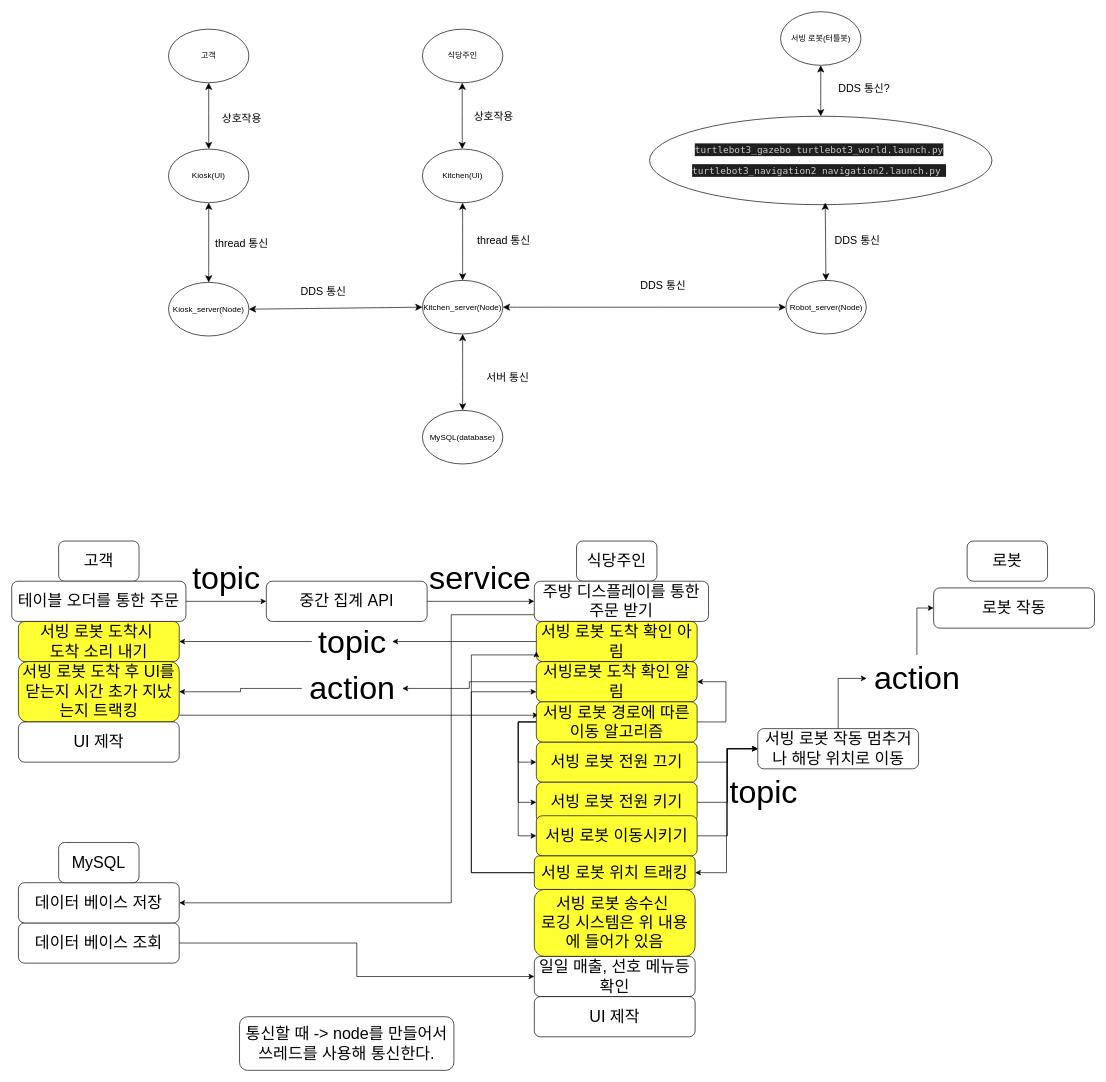
This is 코드리팩토링및코딩컨벤션/소프트웨어 아키텍쳐.drawio from malenwater/2024-2_ROKEYBOOTCAMP_serving_robot_project, a draw.io file, before an edit. Source tidied: cells renumbered, new cells numbered last; positions are measured from the earlier drawing's top-left corner, leaving out a move shared by most shapes. Both pictures are drawn from the tidied source at 67%, with x=0, y=0 at pixel (11, 11).
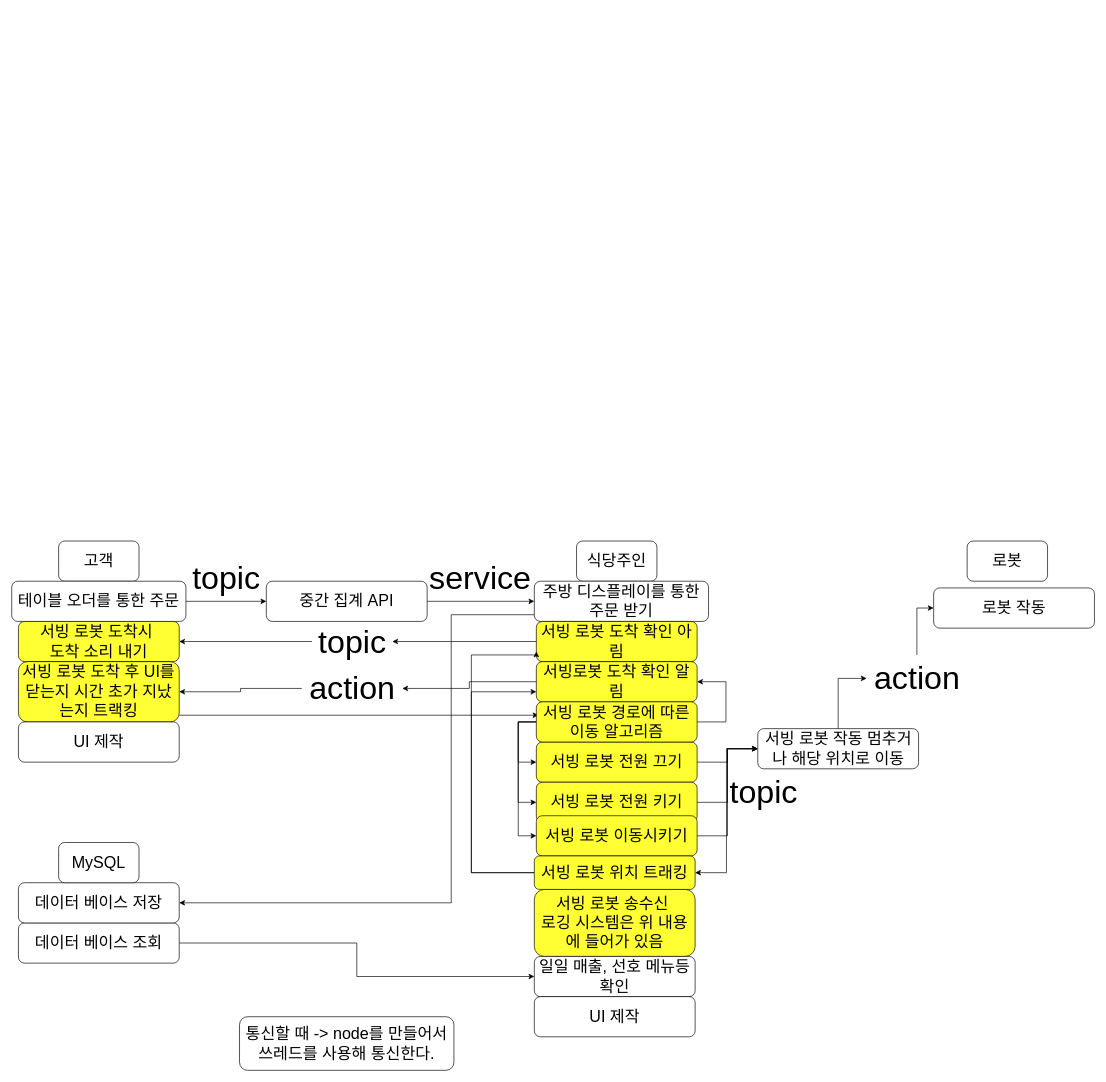
The same diagram, later.

The edit, as a diff of the source:
```diff
@@
-    <mxCell id="2" value="Kiosk(UI)" style="ellipse;whiteSpace=wrap;html=1;" parent="1" vertex="1">
-      <mxGeometry x="234" y="205" width="120" height="80" as="geometry" />
-    </mxCell>
-    <mxCell id="3" value="고객" style="ellipse;whiteSpace=wrap;html=1;" parent="1" vertex="1">
-      <mxGeometry x="234" y="26" width="120" height="80" as="geometry" />
-    </mxCell>
-    <mxCell id="4" value="식당주인" style="ellipse;whiteSpace=wrap;html=1;" parent="1" vertex="1">
-      <mxGeometry x="613" y="26" width="120" height="80" as="geometry" />
-    </mxCell>
-    <mxCell id="5" style="endArrow=classic;startArrow=classic;html=1;rounded=0;fontSize=12;startSize=8;endSize=8;curved=1;exitX=0.5;exitY=0;exitDx=0;exitDy=0;entryX=0.5;entryY=1;entryDx=0;entryDy=0;" parent="1" edge="1" source="2" target="3">
-      <mxGeometry relative="1" as="geometry" />
-    </mxCell>
-    <mxCell id="6" style="endArrow=classic;startArrow=classic;html=1;rounded=0;fontSize=12;startSize=8;endSize=8;curved=1;exitX=0.5;exitY=0;exitDx=0;exitDy=0;entryX=0.5;entryY=1;entryDx=0;entryDy=0;" parent="1" edge="1">
-      <mxGeometry relative="1" as="geometry">
-        <mxPoint x="672.4" y="205" as="sourcePoint" />
-        <mxPoint x="672.4" y="106" as="targetPoint" />
-      </mxGeometry>
-    </mxCell>
-    <mxCell id="7" value="Kitchen(UI)" style="ellipse;whiteSpace=wrap;html=1;" parent="1" vertex="1">
-      <mxGeometry x="613" y="205" width="120" height="80" as="geometry" />
-    </mxCell>
-    <mxCell id="8" value="Kiosk_server(Node)" style="ellipse;whiteSpace=wrap;html=1;" parent="1" vertex="1">
-      <mxGeometry x="234" y="404" width="120" height="80" as="geometry" />
-    </mxCell>
-    <mxCell id="9" value="Kitchen_server(Node)" style="ellipse;whiteSpace=wrap;html=1;" parent="1" vertex="1">
-      <mxGeometry x="613" y="401" width="120" height="80" as="geometry" />
-    </mxCell>
-    <mxCell id="10" style="endArrow=classic;startArrow=classic;html=1;rounded=0;fontSize=12;startSize=8;endSize=8;curved=1;exitX=0.5;exitY=0;exitDx=0;exitDy=0;entryX=0.5;entryY=1;entryDx=0;entryDy=0;" parent="1" edge="1" source="8" target="2">
-      <mxGeometry relative="1" as="geometry" />
-    </mxCell>
-    <mxCell id="11" value="서빙 로봇(터틀봇)" style="ellipse;whiteSpace=wrap;html=1;" parent="1" vertex="1">
-      <mxGeometry x="1147.5" width="120" height="80" as="geometry" />
-    </mxCell>
-    <mxCell id="12" style="ellipse;whiteSpace=wrap;html=1;" parent="1" vertex="1">
-      <mxGeometry x="952" y="156" width="511" height="132" as="geometry" />
-    </mxCell>
-    <mxCell id="13" value="&lt;div style=&quot;color: #cccccc;background-color: #1f1f1f;font-family: 'Droid Sans Mono', 'monospace', monospace;font-weight: normal;font-size: 14px;line-height: 19px;white-space: pre;&quot;&gt;&lt;div&gt;&lt;span style=&quot;color: #cccccc;&quot;&gt;turtlebot3_gazebo turtlebot3_world.launch.py&lt;/span&gt;&lt;/div&gt;&lt;/div&gt;" style="text;whiteSpace=wrap;html=1;" parent="1" vertex="1">
-      <mxGeometry x="1018" y="190" width="399" height="41" as="geometry" />
-    </mxCell>
-    <mxCell id="14" value="&lt;div style=&quot;color: #cccccc;background-color: #1f1f1f;font-family: 'Droid Sans Mono', 'monospace', monospace;font-weight: normal;font-size: 14px;line-height: 19px;white-space: pre;&quot;&gt;&lt;div&gt;&lt;span style=&quot;color: #cccccc;&quot;&gt;turtlebot3_navigation2 navigation2.launch.py &lt;/span&gt;&lt;/div&gt;&lt;/div&gt;" style="text;whiteSpace=wrap;html=1;" parent="1" vertex="1">
-      <mxGeometry x="1014" y="221" width="407" height="41" as="geometry" />
-    </mxCell>
-    <mxCell id="15" style="endArrow=classic;startArrow=classic;html=1;rounded=0;fontSize=12;startSize=8;endSize=8;curved=1;exitX=0.5;exitY=0;exitDx=0;exitDy=0;entryX=0.5;entryY=1;entryDx=0;entryDy=0;" parent="1" edge="1" source="12" target="11">
-      <mxGeometry relative="1" as="geometry" />
-    </mxCell>
-    <mxCell id="16" value="Robot_server(Node)" style="ellipse;whiteSpace=wrap;html=1;" parent="1" vertex="1">
-      <mxGeometry x="1155.5" y="401" width="120" height="80" as="geometry" />
-    </mxCell>
-    <mxCell id="17" value="상호작용" style="text;html=1;align=center;verticalAlign=middle;strokeColor=none;fillColor=none;fontSize=16;" parent="1" vertex="1">
-      <mxGeometry x="304" y="143" width="77" height="31" as="geometry" />
-    </mxCell>
-    <mxCell id="18" value="상호작용" style="text;html=1;align=center;verticalAlign=middle;strokeColor=none;fillColor=none;fontSize=16;" parent="1" vertex="1">
-      <mxGeometry x="680" y="140" width="77" height="31" as="geometry" />
-    </mxCell>
-    <mxCell id="19" value="thread 통신" style="text;html=1;align=center;verticalAlign=middle;strokeColor=none;fillColor=none;fontSize=16;" parent="1" vertex="1">
-      <mxGeometry x="294" y="329" width="97" height="31" as="geometry" />
-    </mxCell>
-    <mxCell id="20" value="thread 통신" style="text;html=1;align=center;verticalAlign=middle;strokeColor=none;fillColor=none;fontSize=16;" parent="1" vertex="1">
-      <mxGeometry x="685" y="325" width="97" height="31" as="geometry" />
-    </mxCell>
-    <mxCell id="21" style="endArrow=classic;startArrow=classic;html=1;rounded=0;fontSize=12;startSize=8;endSize=8;curved=1;exitX=0.5;exitY=0;exitDx=0;exitDy=0;entryX=0.5;entryY=1;entryDx=0;entryDy=0;" parent="1" edge="1" source="9" target="7">
-      <mxGeometry relative="1" as="geometry" />
-    </mxCell>
-    <mxCell id="22" style="endArrow=classic;startArrow=classic;html=1;rounded=0;fontSize=12;startSize=8;endSize=8;curved=1;entryX=1;entryY=0.5;entryDx=0;entryDy=0;exitX=0;exitY=0.5;exitDx=0;exitDy=0;" parent="1" edge="1" source="9" target="8">
-      <mxGeometry relative="1" as="geometry" />
-    </mxCell>
-    <mxCell id="23" value="DDS 통신" style="text;html=1;align=center;verticalAlign=middle;strokeColor=none;fillColor=none;fontSize=16;" parent="1" vertex="1">
-      <mxGeometry x="422" y="401" width="86" height="31" as="geometry" />
-    </mxCell>
-    <mxCell id="24" style="endArrow=classic;startArrow=classic;html=1;rounded=0;fontSize=12;startSize=8;endSize=8;curved=1;exitX=1;exitY=0.5;exitDx=0;exitDy=0;" parent="1" edge="1" source="9" target="16">
-      <mxGeometry relative="1" as="geometry" />
-    </mxCell>
-    <mxCell id="25" value="DDS 통신" style="text;html=1;align=center;verticalAlign=middle;strokeColor=none;fillColor=none;fontSize=16;" parent="1" vertex="1">
-      <mxGeometry x="929" y="393" width="86" height="31" as="geometry" />
-    </mxCell>
-    <mxCell id="26" style="endArrow=classic;startArrow=classic;html=1;rounded=0;fontSize=12;startSize=8;endSize=8;curved=1;exitX=0.513;exitY=0.977;exitDx=0;exitDy=0;exitPerimeter=0;" parent="1" edge="1" source="12" target="16">
-      <mxGeometry relative="1" as="geometry" />
-    </mxCell>
-    <mxCell id="27" value="DDS 통신" style="text;html=1;align=center;verticalAlign=middle;strokeColor=none;fillColor=none;fontSize=16;" parent="1" vertex="1">
-      <mxGeometry x="1219" y="325" width="86" height="31" as="geometry" />
-    </mxCell>
-    <mxCell id="28" value="DDS 통신?" style="text;html=1;align=center;verticalAlign=middle;strokeColor=none;fillColor=none;fontSize=16;" parent="1" vertex="1">
-      <mxGeometry x="1224" y="99" width="95" height="31" as="geometry" />
-    </mxCell>
-    <mxCell id="29" value="MySQL(database)" style="ellipse;whiteSpace=wrap;html=1;" parent="1" vertex="1">
-      <mxGeometry x="613" y="595" width="120" height="80" as="geometry" />
-    </mxCell>
-    <mxCell id="30" style="endArrow=classic;startArrow=classic;html=1;rounded=0;fontSize=12;startSize=8;endSize=8;curved=1;entryX=0.5;entryY=1;entryDx=0;entryDy=0;" parent="1" edge="1" source="29" target="9">
-      <mxGeometry relative="1" as="geometry" />
-    </mxCell>
-    <mxCell id="31" value="서버 통신" style="text;html=1;align=center;verticalAlign=middle;strokeColor=none;fillColor=none;fontSize=16;" parent="1" vertex="1">
-      <mxGeometry x="699" y="529" width="81" height="31" as="geometry" />
-    </mxCell>
```
